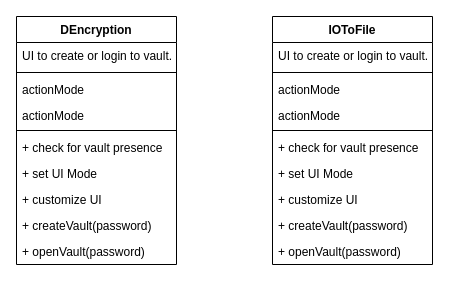
Above: page "FileIO" (3 of 3) of app/plan/Tech4Docs.drawio in prasunmondal/tech4Docs (draw.io), before the change. Source tidied: cells renumbered, new cells numbered last; positions are measured from the earlier drawing's top-left corner, leaving out a move shared by most shapes. Both pictures are drawn from the tidied source at 100%, with x=0, y=0 at pixel (16, 16).
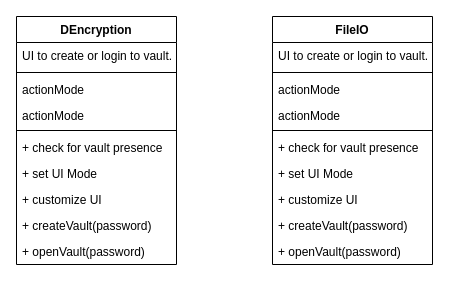
Above is the later version.

Change to the diagram source:
```diff
@@
-    <mxCell id="13" value="IOToFile" style="swimlane;fontStyle=1;align=center;verticalAlign=top;horizontal=1;startSize=26;" parent="1" vertex="1">
+    <mxCell id="13" value="FileIO" style="swimlane;fontStyle=1;align=center;verticalAlign=top;horizontal=1;startSize=26;" parent="1" vertex="1">
       <mxGeometry x="256" width="160" height="248" as="geometry" />
     </mxCell>
```
